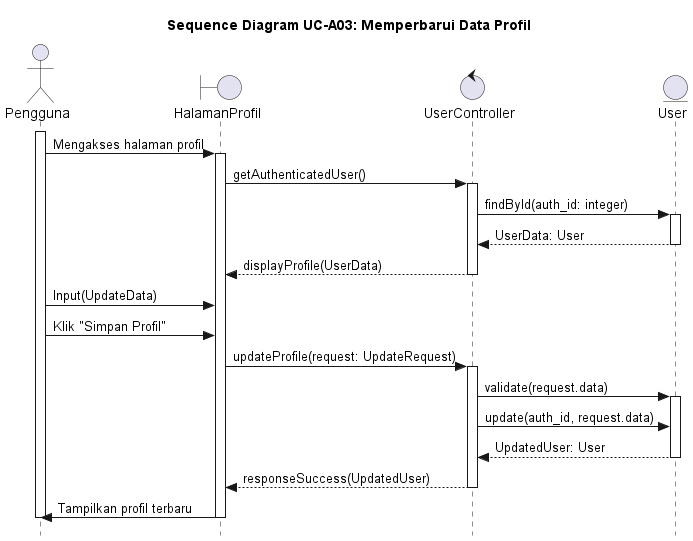
Before: out/UC-A03/SD-UC-A03_UpdateProfil.png, a diagram exported from PlantUML (alfiahnurfa/RSI-PROYEK-AKHIR-SEQUENCE).
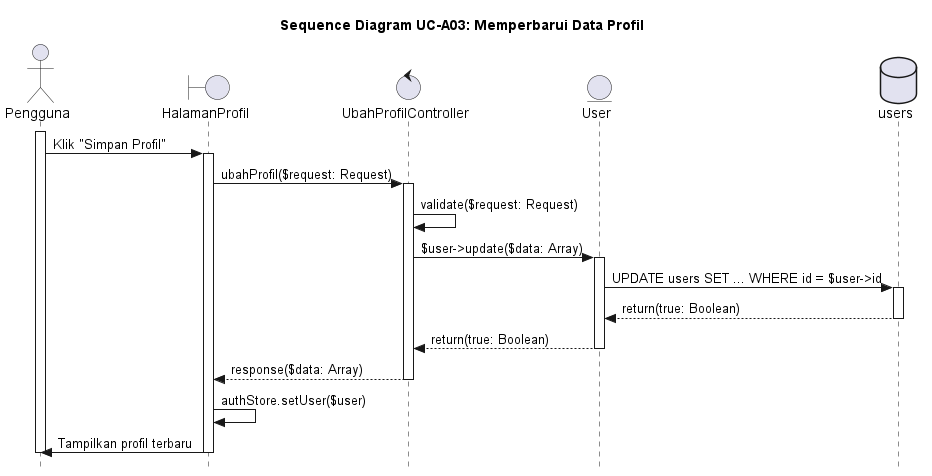
Later version of the same file.

The edit, as a diff of the source:
```diff
@@ -4,37 +4,34 @@
 
 actor Pengguna
 boundary HalamanProfil
-control UserController
+control UbahProfilController
 entity User
+database users
 
 activate Pengguna
-Pengguna -> HalamanProfil : Mengakses halaman profil
+Pengguna -> HalamanProfil : Klik "Simpan Profil"
 activate HalamanProfil
-HalamanProfil -> UserController : getAuthenticatedUser()
-activate UserController
-UserController -> User : findById(auth_id: integer)
+
+HalamanProfil -> UbahProfilController : ubahProfil($request: Request)
+activate UbahProfilController
+
+UbahProfilController -> UbahProfilController : validate($request: Request)
+UbahProfilController -> User : $user->update($data: Array)
 activate User
-User --> UserController : UserData: User
-deactivate User
-UserController --> HalamanProfil : displayProfile(UserData)
-deactivate UserController
 
-Pengguna -> HalamanProfil : Input(UpdateData)
+User -> users : UPDATE users SET ... WHERE id = $user->id
+activate users
 
-Pengguna -> HalamanProfil : Klik "Simpan Profil"
+users --> User : return(true: Boolean)
+deactivate users
 
-HalamanProfil -> UserController : updateProfile(request: UpdateRequest)
-activate UserController
-
-UserController -> User : validate(request.data)
-activate User
-UserController -> User : update(auth_id, request.data)
-
-User --> UserController : UpdatedUser: User
+User --> UbahProfilController : return(true: Boolean)
 deactivate User
 
-UserController --> HalamanProfil : responseSuccess(UpdatedUser)
-deactivate UserController
+UbahProfilController --> HalamanProfil : response($data: Array)
+deactivate UbahProfilController
+
+HalamanProfil -> HalamanProfil : authStore.setUser($user)
 
 HalamanProfil -> Pengguna : Tampilkan profil terbaru
 deactivate HalamanProfil
```
